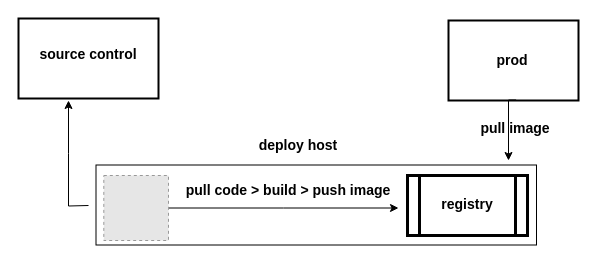
Earlier version of the draw.io diagram Untitled Diagram2.drawio (quanhk711/dev-test-). Source tidied: cells renumbered, new cells numbered last; positions are measured from the earlier drawing's top-left corner, leaving out a move shared by most shapes. Both pictures are drawn from the tidied source at 100%, with x=0, y=0 at pixel (18, 18). Pictures stored in the file or linked from it are replaced by grey dashed boxes.
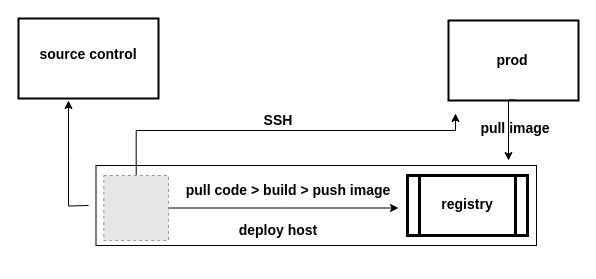
Above is the later version.

Unchanged cells that the change refers to:
```xml
<mxCell id="7" style="fillColor=#E6E6E6;strokeColor=#999999;dashed=1;verticalLabelPosition=bottom;labelBackgroundColor=#ffffff;verticalAlign=top;" parent="1" vertex="1">
  <mxGeometry x="85.3" y="157" width="64.7" height="65" as="geometry" />
</mxCell>
<mxCell id="15" value="&lt;span style=&quot;font-size: 14px&quot;&gt;&lt;b&gt;pull image&lt;/b&gt;&lt;/span&gt;" style="rounded=0;whiteSpace=wrap;html=1;strokeWidth=3;opacity=0;" parent="1" vertex="1">
  <mxGeometry x="437" y="80" width="120" height="60" as="geometry" />
</mxCell>
```

Diff of the diagram source:
```diff
@@
     <mxCell id="5" value="&lt;span style=&quot;font-size: 14px&quot;&gt;&lt;b&gt;deploy host&lt;/b&gt;&lt;/span&gt;" style="rounded=0;whiteSpace=wrap;html=1;strokeWidth=3;opacity=0;" parent="1" vertex="1">
-      <mxGeometry x="220" y="97" width="120" height="60" as="geometry" />
+      <mxGeometry x="200" y="182" width="120" height="60" as="geometry" />
     </mxCell>
@@
+    <mxCell id="16" style="edgeStyle=orthogonalEdgeStyle;rounded=0;jettySize=auto;html=1;entryX=0;entryY=0.25;entryDx=0;entryDy=0;" parent="1" edge="1" source="7" target="15">
+      <mxGeometry relative="1" as="geometry">
+        <Array as="points">
+          <mxPoint x="118" y="112" />
+          <mxPoint x="437" y="112" />
+        </Array>
+      </mxGeometry>
+    </mxCell>
@@
     <mxCell id="9" style="rounded=0;whiteSpace=wrap;html=1;strokeWidth=1;perimeterSpacing=100;fillColor=none;" parent="1" vertex="1">
-      <mxGeometry x="77.5" y="146.5" width="440.5" height="80" as="geometry" />
+      <mxGeometry x="77.5" y="147" width="440.5" height="80" as="geometry" />
     </mxCell>
@@
+    <mxCell id="17" value="&lt;span style=&quot;font-size: 14px&quot;&gt;&lt;b&gt;SSH&lt;/b&gt;&lt;/span&gt;" style="rounded=0;whiteSpace=wrap;html=1;strokeWidth=3;opacity=0;" parent="1" vertex="1">
+      <mxGeometry x="200" y="72" width="120" height="60" as="geometry" />
+    </mxCell>
```
